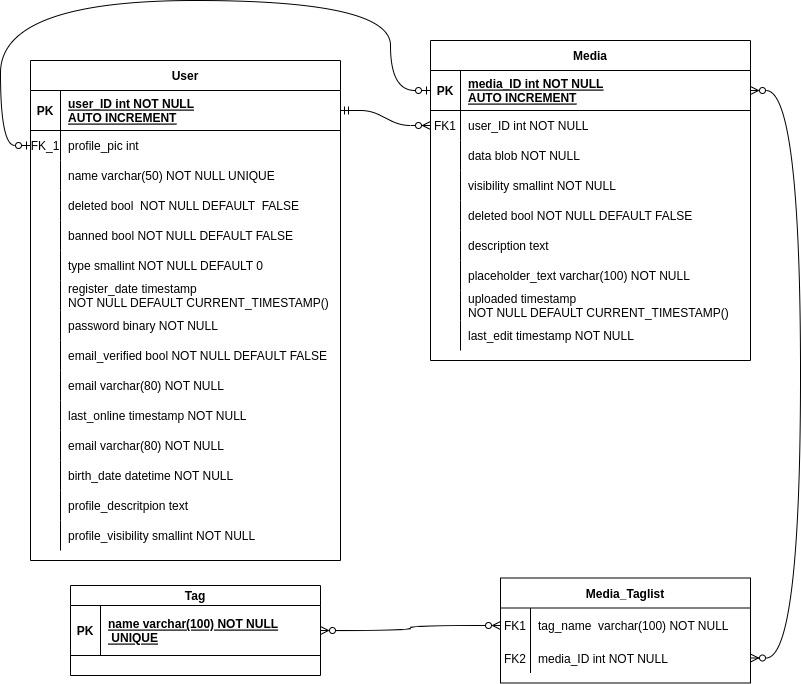
The draw.io diagram docs/dev/db/img/VisualPosting_R_schema_phase_01.drawio.png in gombosg21/vizsgaremek, before a commit. Source tidied: cells renumbered, new cells last; positions are measured from the earlier drawing's top-left corner, leaving out a move shared by most shapes.
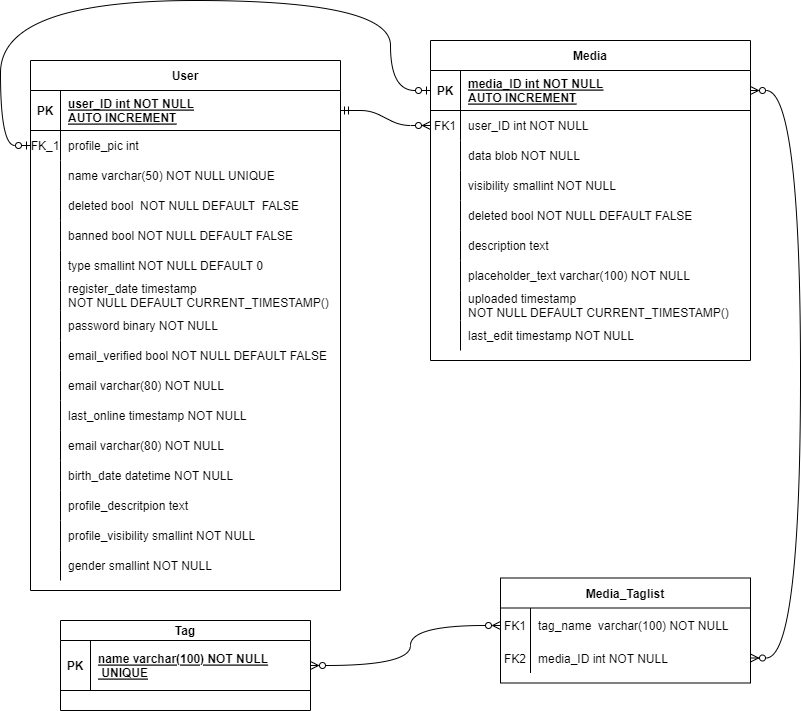
The same diagram one commit later.

Diff of the diagram source:
```diff
@@ -90,7 +90,7 @@
       <mxGeometry x="30" width="290" height="30" as="geometry" />
     </mxCell>
     <mxCell id="31" value="User" style="shape=table;startSize=30;rowLines=0;fontStyle=1;align=center;" parent="1" vertex="1">
-      <mxGeometry x="30" y="60" width="310" height="500" as="geometry" />
+      <mxGeometry x="30" y="60" width="310" height="530" as="geometry" />
     </mxCell>
     <mxCell id="32" style="shape=partialRectangle;fillColor=none;points=[[0,0.5],[1,0.5]];portConstraint=eastwest;top=0;left=0;right=0;bottom=1;" parent="31" vertex="1">
       <mxGeometry y="30" width="310" height="40" as="geometry" />
@@ -227,8 +227,17 @@
     <mxCell id="76" value="profile_visibility smallint NOT NULL" style="shape=partialRectangle;overflow=hidden;fillColor=none;top=0;left=0;bottom=0;right=0;align=left;spacingLeft=6;" parent="74" vertex="1">
       <mxGeometry x="30" width="280" height="30" as="geometry" />
     </mxCell>
+    <mxCell id="91" style="shape=partialRectangle;fillColor=none;top=0;left=0;right=0;bottom=0;" parent="31" vertex="1">
+      <mxGeometry y="490" width="310" height="30" as="geometry" />
+    </mxCell>
+    <mxCell id="92" style="shape=partialRectangle;overflow=hidden;fillColor=none;top=0;left=0;bottom=0;right=0;" parent="91" vertex="1">
+      <mxGeometry width="30" height="30" as="geometry" />
+    </mxCell>
+    <mxCell id="93" value="gender smallint NOT NULL" style="shape=partialRectangle;overflow=hidden;fillColor=none;top=0;left=0;bottom=0;right=0;align=left;spacingLeft=6;" parent="91" vertex="1">
+      <mxGeometry x="30" width="280" height="30" as="geometry" />
+    </mxCell>
     <mxCell id="77" value="Tag" style="shape=table;startSize=20;rowLines=0;fontStyle=1;align=center;" parent="1" vertex="1">
-      <mxGeometry x="70" y="585" width="250" height="90" as="geometry" />
+      <mxGeometry x="60" y="620" width="250" height="90" as="geometry" />
     </mxCell>
     <mxCell id="78" style="shape=partialRectangle;fillColor=none;points=[[0,0.5],[1,0.5]];portConstraint=eastwest;top=0;left=0;right=0;bottom=1;" parent="77" vertex="1">
       <mxGeometry y="20" width="250" height="50" as="geometry" />
@@ -264,7 +273,7 @@
       <mxGeometry relative="1" as="geometry">
         <Array as="points">
           <mxPoint x="410" y="625" />
-          <mxPoint x="410" y="630" />
+          <mxPoint x="410" y="665" />
         </Array>
       </mxGeometry>
     </mxCell>
```
